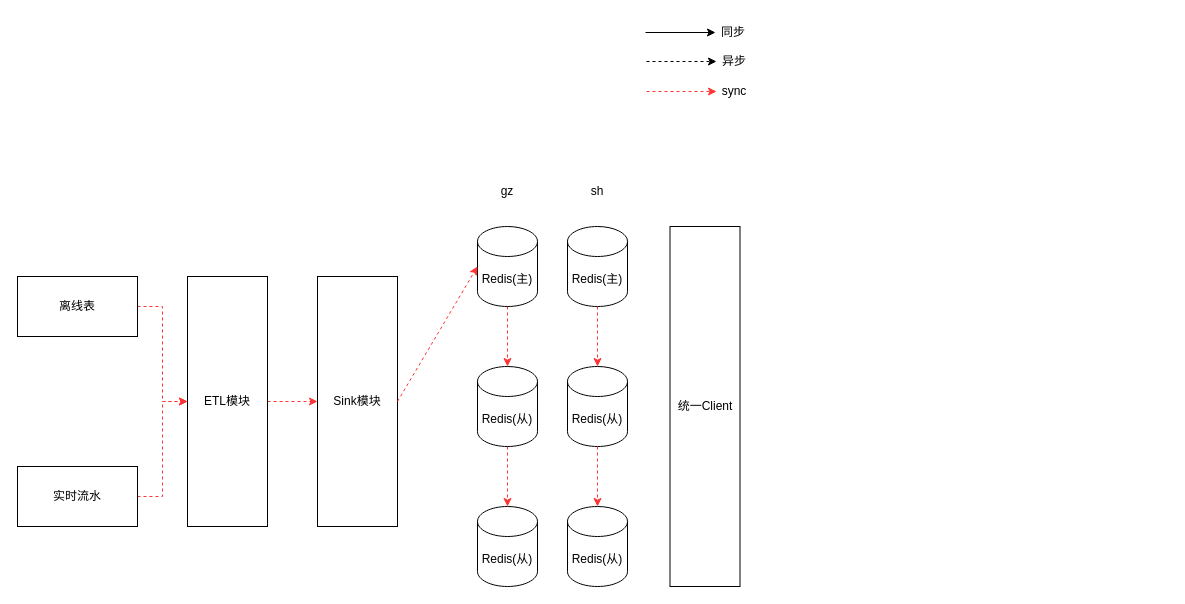
This is feature_data_flow.drawio from learn2Pro/draw_io_save, a draw.io file, before an edit. Source tidied: cells renumbered, new cells numbered last; positions are measured from the earlier drawing's top-left corner, leaving out a move shared by most shapes. Both pictures are drawn from the tidied source at 100%, with x=0, y=0 at pixel (17, 17).
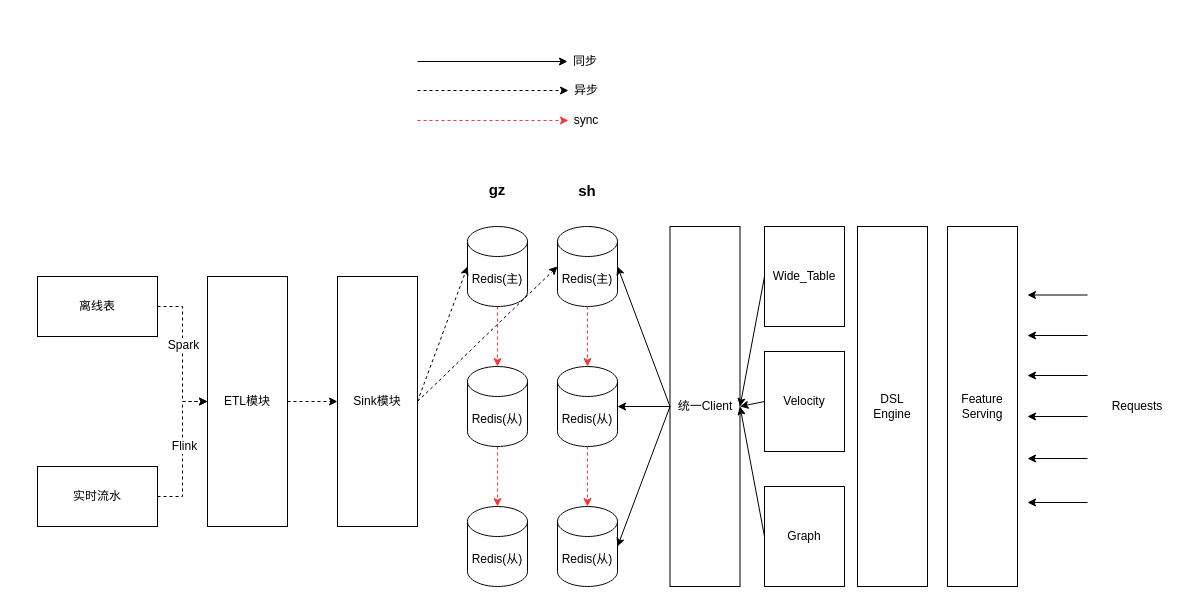
The same diagram, later.

The change refers to these unchanged cells:
```xml
<mxCell id="29" value="统一Client" style="rounded=0;whiteSpace=wrap;html=1;fontSize=12;" parent="1" vertex="1">
  <mxGeometry x="652.5" y="209" width="70" height="360" as="geometry" />
</mxCell>
```

What changed in the source:
```diff
@@
-    <mxCell id="2" style="edgeStyle=orthogonalEdgeStyle;rounded=0;jettySize=auto;html=1;dashed=1;fontSize=12;strokeColor=#FF3333;" parent="1" edge="1" source="3" target="19">
+    <mxCell id="2" style="edgeStyle=orthogonalEdgeStyle;rounded=0;jettySize=auto;html=1;dashed=1;fontSize=12;strokeColor=#000000;" parent="1" edge="1" source="3" target="19">
       <mxGeometry relative="1" as="geometry" />
     </mxCell>
+    <mxCell id="30" value="Spark" style="edgeLabel;html=1;align=center;verticalAlign=middle;fontSize=12;" parent="2" vertex="1">
+      <mxGeometry x="-0.13" relative="1" as="geometry" />
+    </mxCell>
     <mxCell id="3" value="&lt;font style=&quot;font-size: 12px&quot;&gt;离线表&lt;/font&gt;" style="rounded=0;whiteSpace=wrap;html=1;" parent="1" vertex="1">
-      <mxGeometry y="259" width="120" height="60" as="geometry" />
+      <mxGeometry x="20" y="259" width="120" height="60" as="geometry" />
     </mxCell>
-    <mxCell id="4" style="edgeStyle=orthogonalEdgeStyle;rounded=0;jettySize=auto;html=1;dashed=1;fontSize=12;strokeColor=#FF3333;" parent="1" edge="1" source="5" target="19">
+    <mxCell id="4" style="edgeStyle=orthogonalEdgeStyle;rounded=0;jettySize=auto;html=1;dashed=1;fontSize=12;strokeColor=#000000;" parent="1" edge="1" source="5" target="19">
       <mxGeometry relative="1" as="geometry" />
     </mxCell>
+    <mxCell id="31" value="Flink" style="edgeLabel;html=1;align=center;verticalAlign=middle;fontSize=12;" parent="4" vertex="1">
+      <mxGeometry x="0.05" y="-1" relative="1" as="geometry" />
+    </mxCell>
     <mxCell id="5" value="&lt;font style=&quot;font-size: 12px&quot;&gt;实时流水&lt;/font&gt;" style="rounded=0;whiteSpace=wrap;html=1;" parent="1" vertex="1">
-      <mxGeometry y="449" width="120" height="60" as="geometry" />
+      <mxGeometry x="20" y="449" width="120" height="60" as="geometry" />
     </mxCell>
@@
     <mxCell id="7" value="Redis(主)" style="shape=cylinder3;whiteSpace=wrap;html=1;boundedLbl=1;backgroundOutline=1;size=15;fontSize=12;" parent="1" vertex="1">
-      <mxGeometry x="460" y="209" width="60" height="80" as="geometry" />
+      <mxGeometry x="450" y="209" width="60" height="80" as="geometry" />
     </mxCell>
@@
     <mxCell id="9" value="Redis(从)" style="shape=cylinder3;whiteSpace=wrap;html=1;boundedLbl=1;backgroundOutline=1;size=15;fontSize=12;" parent="1" vertex="1">
-      <mxGeometry x="460" y="349" width="60" height="80" as="geometry" />
+      <mxGeometry x="450" y="349" width="60" height="80" as="geometry" />
     </mxCell>
     <mxCell id="10" value="Redis(从)" style="shape=cylinder3;whiteSpace=wrap;html=1;boundedLbl=1;backgroundOutline=1;size=15;fontSize=12;" parent="1" vertex="1">
-      <mxGeometry x="460" y="489" width="60" height="80" as="geometry" />
+      <mxGeometry x="450" y="489" width="60" height="80" as="geometry" />
     </mxCell>
-    <mxCell id="11" style="group;" parent="1" vertex="1">
-      <mxGeometry x="628" width="119" height="89" as="geometry" />
-    </mxCell>
-    <mxCell id="12" style="endArrow=classic;html=1;rounded=0;fontSize=12;strokeColor=#FF3333;dashed=1;" parent="11" edge="1">
-      <mxGeometry relative="1" as="geometry">
-        <mxPoint x="1" y="74" as="sourcePoint" />
-        <mxPoint x="71" y="74" as="targetPoint" />
-      </mxGeometry>
-    </mxCell>
-    <mxCell id="13" value="sync" style="text;html=1;strokeColor=none;fillColor=none;align=center;verticalAlign=middle;whiteSpace=wrap;rounded=0;fontSize=12;" parent="11" vertex="1">
-      <mxGeometry x="59" y="59" width="60" height="30" as="geometry" />
-    </mxCell>
-    <mxCell id="14" style="endArrow=classic;html=1;rounded=0;fontSize=12;strokeColor=#000000;dashed=1;" parent="11" edge="1">
-      <mxGeometry relative="1" as="geometry">
-        <mxPoint x="1" y="44" as="sourcePoint" />
-        <mxPoint x="71" y="44" as="targetPoint" />
-      </mxGeometry>
-    </mxCell>
-    <mxCell id="15" value="异步" style="text;html=1;strokeColor=none;fillColor=none;align=center;verticalAlign=middle;whiteSpace=wrap;rounded=0;fontSize=12;" parent="11" vertex="1">
-      <mxGeometry x="59" y="29" width="60" height="30" as="geometry" />
-    </mxCell>
-    <mxCell id="16" style="endArrow=classic;html=1;rounded=0;fontSize=12;strokeColor=#000000;" parent="11" edge="1">
-      <mxGeometry relative="1" as="geometry">
-        <mxPoint y="15" as="sourcePoint" />
-        <mxPoint x="70" y="15" as="targetPoint" />
-      </mxGeometry>
-    </mxCell>
-    <mxCell id="17" value="同步" style="text;html=1;strokeColor=none;fillColor=none;align=center;verticalAlign=middle;whiteSpace=wrap;rounded=0;fontSize=12;" parent="11" vertex="1">
-      <mxGeometry x="58" width="60" height="30" as="geometry" />
-    </mxCell>
-    <mxCell id="18" style="edgeStyle=orthogonalEdgeStyle;rounded=0;jettySize=auto;html=1;dashed=1;fontSize=12;strokeColor=#FF3333;" parent="1" edge="1" source="19" target="20">
+    <mxCell id="18" style="edgeStyle=orthogonalEdgeStyle;rounded=0;jettySize=auto;html=1;dashed=1;fontSize=12;strokeColor=#000000;" parent="1" edge="1" source="19" target="20">
       <mxGeometry relative="1" as="geometry" />
     </mxCell>
     <mxCell id="19" value="ETL模块" style="rounded=0;whiteSpace=wrap;html=1;fontSize=12;" parent="1" vertex="1">
-      <mxGeometry x="170" y="259" width="80" height="250" as="geometry" />
+      <mxGeometry x="190" y="259" width="80" height="250" as="geometry" />
     </mxCell>
     <mxCell id="20" value="Sink模块" style="rounded=0;whiteSpace=wrap;html=1;fontSize=12;" parent="1" vertex="1">
-      <mxGeometry x="300" y="259" width="80" height="250" as="geometry" />
+      <mxGeometry x="320" y="259" width="80" height="250" as="geometry" />
     </mxCell>
-    <mxCell id="21" style="endArrow=classic;html=1;rounded=0;dashed=1;fontSize=12;strokeColor=#FF3333;exitX=1;exitY=0.5;exitDx=0;exitDy=0;entryX=0;entryY=0.5;entryDx=0;entryDy=0;entryPerimeter=0;" parent="1" edge="1" source="20" target="7">
+    <mxCell id="21" style="endArrow=classic;html=1;rounded=0;dashed=1;fontSize=12;strokeColor=#000000;exitX=1;exitY=0.5;exitDx=0;exitDy=0;entryX=0;entryY=0.5;entryDx=0;entryDy=0;entryPerimeter=0;" parent="1" edge="1" source="20" target="7">
       <mxGeometry relative="1" as="geometry" />
     </mxCell>
     <mxCell id="22" value="Redis(主)" style="shape=cylinder3;whiteSpace=wrap;html=1;boundedLbl=1;backgroundOutline=1;size=15;fontSize=12;" parent="1" vertex="1">
-      <mxGeometry x="550" y="209" width="60" height="80" as="geometry" />
+      <mxGeometry x="540" y="209" width="60" height="80" as="geometry" />
     </mxCell>
     <mxCell id="23" value="Redis(从)" style="shape=cylinder3;whiteSpace=wrap;html=1;boundedLbl=1;backgroundOutline=1;size=15;fontSize=12;" parent="1" vertex="1">
-      <mxGeometry x="550" y="349" width="60" height="80" as="geometry" />
+      <mxGeometry x="540" y="349" width="60" height="80" as="geometry" />
     </mxCell>
     <mxCell id="24" value="Redis(从)" style="shape=cylinder3;whiteSpace=wrap;html=1;boundedLbl=1;backgroundOutline=1;size=15;fontSize=12;" parent="1" vertex="1">
-      <mxGeometry x="550" y="489" width="60" height="80" as="geometry" />
+      <mxGeometry x="540" y="489" width="60" height="80" as="geometry" />
     </mxCell>
@@
-    <mxCell id="27" value="gz" style="text;html=1;strokeColor=none;fillColor=none;align=center;verticalAlign=middle;whiteSpace=wrap;rounded=0;fontSize=12;" parent="1" vertex="1">
-      <mxGeometry x="460" y="159" width="60" height="30" as="geometry" />
+    <mxCell id="27" value="&lt;font style=&quot;font-size: 15px&quot;&gt;&lt;b&gt;gz&lt;/b&gt;&lt;/font&gt;" style="text;html=1;strokeColor=none;fillColor=none;align=center;verticalAlign=middle;whiteSpace=wrap;rounded=0;fontSize=12;" parent="1" vertex="1">
+      <mxGeometry x="450" y="157" width="60" height="30" as="geometry" />
     </mxCell>
-    <mxCell id="28" value="sh" style="text;html=1;strokeColor=none;fillColor=none;align=center;verticalAlign=middle;whiteSpace=wrap;rounded=0;fontSize=12;" parent="1" vertex="1">
-      <mxGeometry x="550" y="159" width="60" height="30" as="geometry" />
+    <mxCell id="28" value="&lt;font style=&quot;font-size: 15px&quot;&gt;&lt;b&gt;sh&lt;/b&gt;&lt;/font&gt;" style="text;html=1;strokeColor=none;fillColor=none;align=center;verticalAlign=middle;whiteSpace=wrap;rounded=0;fontSize=12;" parent="1" vertex="1">
+      <mxGeometry x="540" y="158" width="60" height="30" as="geometry" />
     </mxCell>
@@
+    <mxCell id="32" style="endArrow=classic;html=1;rounded=0;dashed=1;fontSize=12;strokeColor=#000000;exitX=1;exitY=0.5;exitDx=0;exitDy=0;entryX=0;entryY=0.5;entryDx=0;entryDy=0;entryPerimeter=0;" parent="1" edge="1" source="20" target="22">
+      <mxGeometry relative="1" as="geometry" />
+    </mxCell>
+    <mxCell id="33" value="Wide_Table" style="rounded=0;whiteSpace=wrap;html=1;fontSize=12;" parent="1" vertex="1">
+      <mxGeometry x="747" y="209" width="80" height="100" as="geometry" />
+    </mxCell>
+    <mxCell id="34" value="Velocity" style="rounded=0;whiteSpace=wrap;html=1;fontSize=12;" parent="1" vertex="1">
+      <mxGeometry x="747" y="334" width="80" height="100" as="geometry" />
+    </mxCell>
+    <mxCell id="35" value="Graph" style="rounded=0;whiteSpace=wrap;html=1;fontSize=12;" parent="1" vertex="1">
+      <mxGeometry x="747" y="469" width="80" height="100" as="geometry" />
+    </mxCell>
+    <mxCell id="36" value="DSL&lt;br&gt;Engine" style="rounded=0;whiteSpace=wrap;html=1;fontSize=12;" parent="1" vertex="1">
+      <mxGeometry x="840" y="209" width="70" height="360" as="geometry" />
+    </mxCell>
+    <mxCell id="37" value="Feature&lt;br&gt;Serving" style="rounded=0;whiteSpace=wrap;html=1;fontSize=12;" parent="1" vertex="1">
+      <mxGeometry x="930" y="209" width="70" height="360" as="geometry" />
+    </mxCell>
+    <mxCell id="38" style="endArrow=classic;html=1;rounded=0;fontSize=12;strokeColor=#000000;exitX=0;exitY=0.5;exitDx=0;exitDy=0;entryX=1;entryY=0.5;entryDx=0;entryDy=0;entryPerimeter=0;" parent="1" edge="1" source="29" target="22">
+      <mxGeometry relative="1" as="geometry" />
+    </mxCell>
+    <mxCell id="39" style="endArrow=classic;html=1;rounded=0;fontSize=12;strokeColor=#000000;exitX=0;exitY=0.5;exitDx=0;exitDy=0;entryX=1;entryY=0.5;entryDx=0;entryDy=0;" parent="1" edge="1" source="33" target="29">
+      <mxGeometry relative="1" as="geometry" />
+    </mxCell>
+    <mxCell id="40" style="endArrow=classic;html=1;rounded=0;fontSize=12;strokeColor=#000000;exitX=0;exitY=0.5;exitDx=0;exitDy=0;entryX=1;entryY=0.5;entryDx=0;entryDy=0;" parent="1" edge="1" source="34" target="29">
+      <mxGeometry relative="1" as="geometry" />
+    </mxCell>
+    <mxCell id="41" style="endArrow=classic;html=1;rounded=0;fontSize=12;strokeColor=#000000;exitX=0;exitY=0.5;exitDx=0;exitDy=0;entryX=1;entryY=0.5;entryDx=0;entryDy=0;" parent="1" edge="1" source="35" target="29">
+      <mxGeometry relative="1" as="geometry" />
+    </mxCell>
+    <mxCell id="42" style="endArrow=classic;html=1;rounded=0;fontSize=12;strokeColor=#000000;entryX=1;entryY=0.5;entryDx=0;entryDy=0;entryPerimeter=0;" parent="1" edge="1" source="29" target="23">
+      <mxGeometry relative="1" as="geometry" />
+    </mxCell>
+    <mxCell id="43" style="endArrow=classic;html=1;rounded=0;fontSize=12;strokeColor=#000000;entryX=1;entryY=0.5;entryDx=0;entryDy=0;entryPerimeter=0;exitX=0;exitY=0.5;exitDx=0;exitDy=0;" parent="1" edge="1" source="29" target="24">
+      <mxGeometry relative="1" as="geometry" />
+    </mxCell>
+    <mxCell id="12" style="endArrow=classic;html=1;rounded=0;fontSize=12;strokeColor=#FF3333;dashed=1;" parent="1" edge="1">
+      <mxGeometry relative="1" as="geometry">
+        <mxPoint x="400" y="103" as="sourcePoint" />
+        <mxPoint x="551" y="103" as="targetPoint" />
+      </mxGeometry>
+    </mxCell>
+    <mxCell id="13" value="sync" style="text;html=1;strokeColor=none;fillColor=none;align=center;verticalAlign=middle;whiteSpace=wrap;rounded=0;fontSize=12;" parent="1" vertex="1">
+      <mxGeometry x="539" y="88" width="60" height="30" as="geometry" />
+    </mxCell>
+    <mxCell id="14" style="endArrow=classic;html=1;rounded=0;fontSize=12;strokeColor=#000000;dashed=1;" parent="1" edge="1">
+      <mxGeometry relative="1" as="geometry">
+        <mxPoint x="400" y="73" as="sourcePoint" />
+        <mxPoint x="551" y="73" as="targetPoint" />
+      </mxGeometry>
+    </mxCell>
+    <mxCell id="15" value="异步" style="text;html=1;strokeColor=none;fillColor=none;align=center;verticalAlign=middle;whiteSpace=wrap;rounded=0;fontSize=12;" parent="1" vertex="1">
+      <mxGeometry x="539" y="58" width="60" height="30" as="geometry" />
+    </mxCell>
+    <mxCell id="16" style="endArrow=classic;html=1;rounded=0;fontSize=12;strokeColor=#000000;" parent="1" edge="1">
+      <mxGeometry relative="1" as="geometry">
+        <mxPoint x="400" y="44" as="sourcePoint" />
+        <mxPoint x="550" y="44" as="targetPoint" />
+      </mxGeometry>
+    </mxCell>
+    <mxCell id="17" value="同步" style="text;html=1;strokeColor=none;fillColor=none;align=center;verticalAlign=middle;whiteSpace=wrap;rounded=0;fontSize=12;" parent="1" vertex="1">
+      <mxGeometry x="538" y="29" width="60" height="30" as="geometry" />
+    </mxCell>
+    <mxCell id="44" style="endArrow=classic;html=1;rounded=0;fontSize=15;strokeColor=#000000;" parent="1" edge="1">
+      <mxGeometry relative="1" as="geometry">
+        <mxPoint x="1070" y="277.5" as="sourcePoint" />
+        <mxPoint x="1010" y="277.5" as="targetPoint" />
+      </mxGeometry>
+    </mxCell>
+    <mxCell id="45" style="endArrow=classic;html=1;rounded=0;fontSize=15;strokeColor=#000000;" parent="1" edge="1">
+      <mxGeometry relative="1" as="geometry">
+        <mxPoint x="1070" y="318" as="sourcePoint" />
+        <mxPoint x="1010" y="318" as="targetPoint" />
+      </mxGeometry>
+    </mxCell>
+    <mxCell id="46" style="endArrow=classic;html=1;rounded=0;fontSize=15;strokeColor=#000000;" parent="1" edge="1">
+      <mxGeometry relative="1" as="geometry">
+        <mxPoint x="1070" y="358" as="sourcePoint" />
+        <mxPoint x="1010" y="358" as="targetPoint" />
+      </mxGeometry>
+    </mxCell>
+    <mxCell id="47" style="endArrow=classic;html=1;rounded=0;fontSize=15;strokeColor=#000000;" parent="1" edge="1">
+      <mxGeometry relative="1" as="geometry">
+        <mxPoint x="1070" y="399" as="sourcePoint" />
+        <mxPoint x="1010" y="399" as="targetPoint" />
+      </mxGeometry>
+    </mxCell>
+    <mxCell id="48" style="endArrow=classic;html=1;rounded=0;fontSize=15;strokeColor=#000000;" parent="1" edge="1">
+      <mxGeometry relative="1" as="geometry">
+        <mxPoint x="1070" y="441" as="sourcePoint" />
+        <mxPoint x="1010" y="441" as="targetPoint" />
+      </mxGeometry>
+    </mxCell>
+    <mxCell id="49" style="endArrow=classic;html=1;rounded=0;fontSize=15;strokeColor=#000000;" parent="1" edge="1">
+      <mxGeometry relative="1" as="geometry">
+        <mxPoint x="1070" y="485" as="sourcePoint" />
+        <mxPoint x="1010" y="485" as="targetPoint" />
+      </mxGeometry>
+    </mxCell>
+    <mxCell id="50" value="Requests" style="text;html=1;strokeColor=none;fillColor=none;align=center;verticalAlign=middle;whiteSpace=wrap;rounded=0;fontSize=12;" parent="1" vertex="1">
+      <mxGeometry x="1090" y="374" width="60" height="30" as="geometry" />
+    </mxCell>
```
